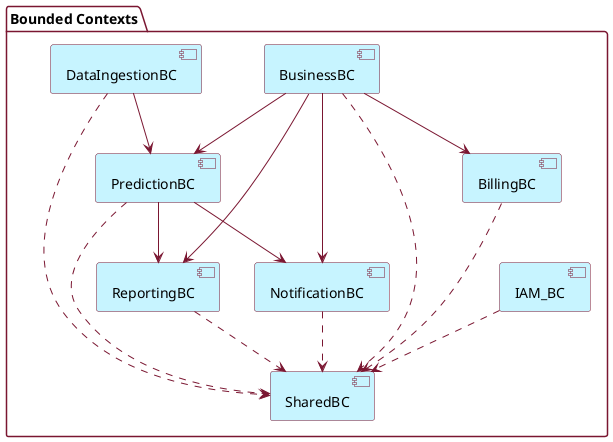
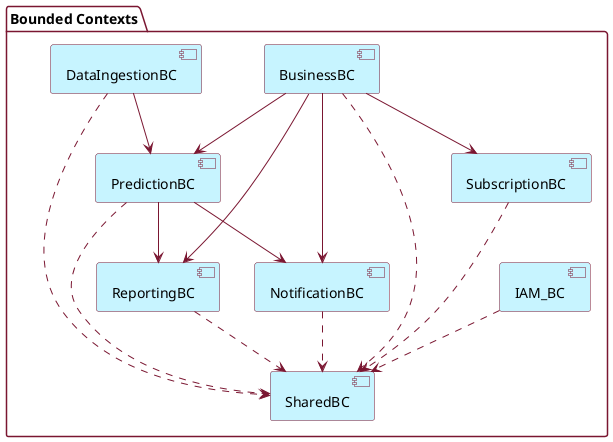
@startuml "Diagrama de Componentes"
skinparam componentStyle uml2
skinparam package {
  BackgroundColor White
  BorderColor #7A1631
}
skinparam component {
  BackgroundColor #C7F4FF
  BorderColor #7A1631
  ArrowColor #7A1631
}

package "Bounded Contexts" {
  component [IAM_BC] as IAM
  component [BusinessBC] as Business
  component [PredictionBC] as Prediction
  component [NotificationBC] as Notification
-   component [BillingBC] as Billing
-   component [DataIngestionBC] as Ingestion
+   component [SubscriptionBC] as Subscription
+   component [DataIngestionBC] as DataIngestion
  component [ReportingBC] as Reporting
  component [SharedBC] as Shared
}

- Ingestion --> Prediction
+ DataIngestion --> Prediction
Business --> Prediction
Prediction --> Notification
Business --> Notification
- Business --> Billing
+ Business --> Subscription
Prediction --> Reporting
Business --> Reporting

IAM ..> Shared
Business ..> Shared
Prediction ..> Shared
Notification ..> Shared
- Billing ..> Shared
- Ingestion ..> Shared
+ Subscription ..> Shared
+ DataIngestion ..> Shared
Reporting ..> Shared

- @enduml+ @enduml
